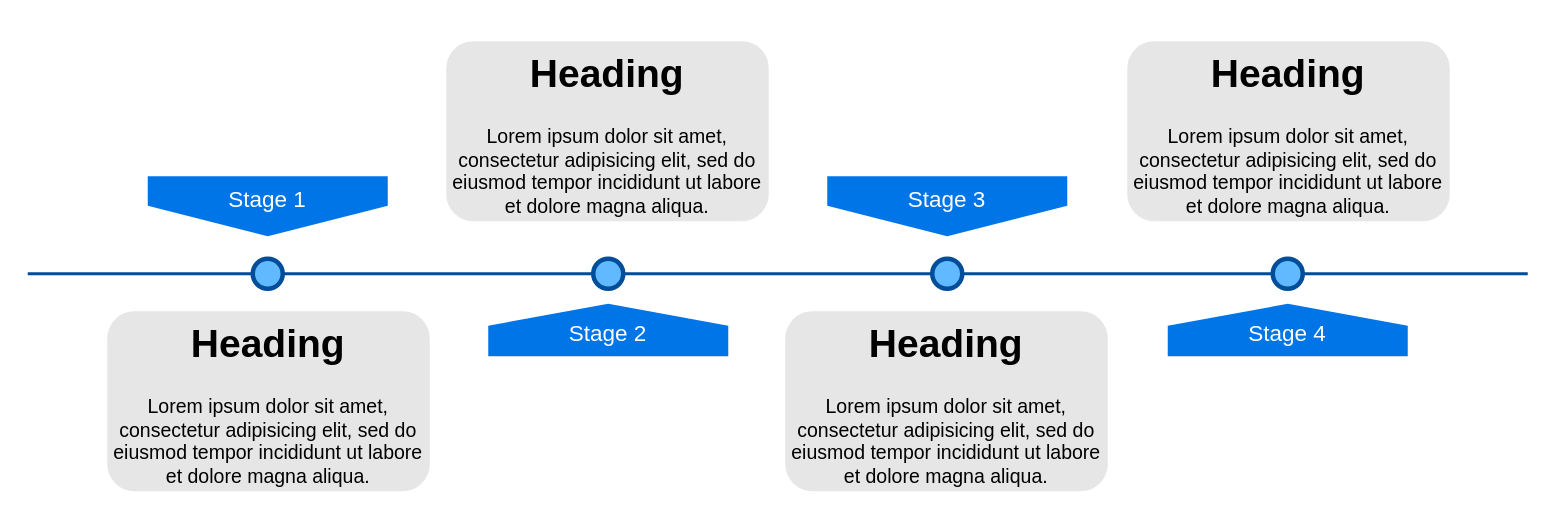
The draw.io diagram 未命名绘图.drawio in goodjun/drawio, before the edit. Source tidied: cells renumbered, new cells numbered last; positions are measured from the earlier drawing's top-left corner, leaving out a move shared by most shapes. Both pictures are drawn from the tidied source at 150%, with x=0, y=0 at pixel (27, 40).
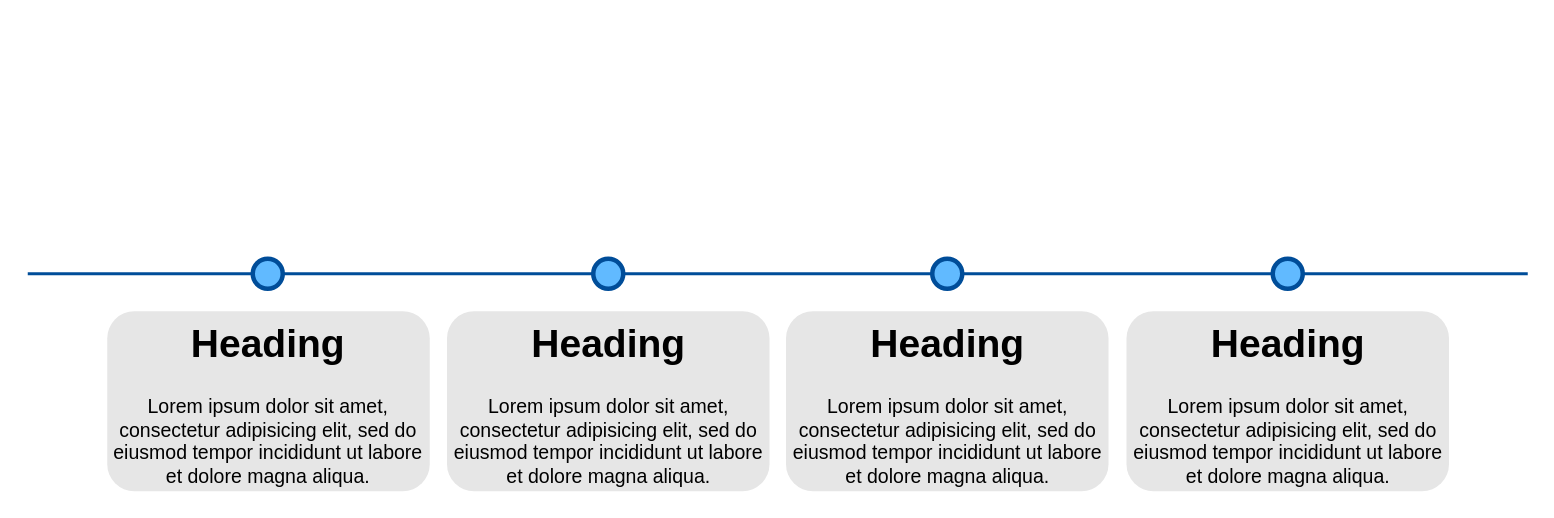
After the change.

Commit message:
更新未命名绘图.drawio

The edit, as a diff of the source:
```diff
@@
 <mxGraphModel>
   <root>
     <mxCell id="0" />
     <mxCell id="1" parent="0" />
     <mxCell id="2" style="line;strokeWidth=2;html=1;fillColor=none;fontSize=28;fontColor=#004D99;strokeColor=#004D99;" parent="1" vertex="1">
       <mxGeometry y="150" width="1000" height="10" as="geometry" />
     </mxCell>
-    <mxCell id="3" value="Stage 1" style="shape=offPageConnector;whiteSpace=wrap;html=1;fillColor=#0075E8;fontSize=15;fontColor=#FFFFFF;size=0.5093750000000015;verticalAlign=top;strokeColor=none;" parent="1" vertex="1">
-      <mxGeometry x="80" y="90" width="160" height="40" as="geometry" />
-    </mxCell>
-    <mxCell id="4" value="&lt;span&gt;Stage 3&lt;/span&gt;" style="shape=offPageConnector;whiteSpace=wrap;html=1;fillColor=#0075E8;fontSize=15;fontColor=#FFFFFF;size=0.5093750000000015;verticalAlign=top;strokeColor=none;" parent="1" vertex="1">
-      <mxGeometry x="533" y="90" width="160" height="40" as="geometry" />
-    </mxCell>
-    <mxCell id="5" value="&lt;span&gt;Stage 2&lt;/span&gt;" style="shape=offPageConnector;whiteSpace=wrap;html=1;fillColor=#0075E8;fontSize=15;fontColor=#FFFFFF;size=0.4178571428571445;flipV=1;verticalAlign=bottom;strokeColor=none;spacingBottom=4;" parent="1" vertex="1">
-      <mxGeometry x="307" y="175" width="160" height="35" as="geometry" />
-    </mxCell>
-    <mxCell id="6" value="&lt;span&gt;Stage 4&lt;/span&gt;" style="shape=offPageConnector;whiteSpace=wrap;html=1;fillColor=#0075E8;fontSize=15;fontColor=#FFFFFF;size=0.4178571428571445;flipV=1;verticalAlign=bottom;strokeColor=none;spacingBottom=4;" parent="1" vertex="1">
-      <mxGeometry x="760" y="175" width="160" height="35" as="geometry" />
-    </mxCell>
     <mxCell id="7" style="ellipse;whiteSpace=wrap;html=1;fillColor=#61BAFF;fontSize=28;fontColor=#004D99;strokeWidth=3;strokeColor=#004D99;" parent="1" vertex="1">
       <mxGeometry x="150" y="145" width="20" height="20" as="geometry" />
     </mxCell>
     <mxCell id="8" style="ellipse;whiteSpace=wrap;html=1;fillColor=#61BAFF;fontSize=28;fontColor=#004D99;strokeWidth=3;strokeColor=#004D99;" parent="1" vertex="1">
       <mxGeometry x="377" y="145" width="20" height="20" as="geometry" />
     </mxCell>
     <mxCell id="9" style="ellipse;whiteSpace=wrap;html=1;fillColor=#61BAFF;fontSize=28;fontColor=#004D99;strokeWidth=3;strokeColor=#004D99;" parent="1" vertex="1">
       <mxGeometry x="603" y="145" width="20" height="20" as="geometry" />
     </mxCell>
     <mxCell id="10" style="ellipse;whiteSpace=wrap;html=1;fillColor=#61BAFF;fontSize=28;fontColor=#004D99;strokeWidth=3;strokeColor=#004D99;" parent="1" vertex="1">
       <mxGeometry x="830" y="145" width="20" height="20" as="geometry" />
     </mxCell>
     <mxCell id="11" value="&lt;h1&gt;Heading&lt;/h1&gt;&lt;p&gt;Lorem ipsum dolor sit amet, consectetur adipisicing elit, sed do eiusmod tempor incididunt ut labore et dolore magna aliqua.&lt;/p&gt;" style="text;html=1;spacing=5;spacingTop=-20;whiteSpace=wrap;overflow=hidden;strokeColor=none;strokeWidth=3;fillColor=#E6E6E6;fontSize=13;fontColor=#000000;align=center;rounded=1;" parent="1" vertex="1">
       <mxGeometry x="53" y="180" width="215" height="120" as="geometry" />
     </mxCell>
     <mxCell id="12" value="&lt;h1&gt;Heading&lt;/h1&gt;&lt;p&gt;Lorem ipsum dolor sit amet, consectetur adipisicing elit, sed do eiusmod tempor incididunt ut labore et dolore magna aliqua.&lt;/p&gt;" style="text;html=1;spacing=5;spacingTop=-20;whiteSpace=wrap;overflow=hidden;strokeColor=none;strokeWidth=3;fillColor=#E6E6E6;fontSize=13;fontColor=#000000;align=center;rounded=1;" parent="1" vertex="1">
-      <mxGeometry x="279" width="215" height="120" as="geometry" />
+      <mxGeometry x="279.5" y="180" width="215" height="120" as="geometry" />
     </mxCell>
     <mxCell id="13" value="&lt;h1&gt;Heading&lt;/h1&gt;&lt;p&gt;Lorem ipsum dolor sit amet, consectetur adipisicing elit, sed do eiusmod tempor incididunt ut labore et dolore magna aliqua.&lt;/p&gt;" style="text;html=1;spacing=5;spacingTop=-20;whiteSpace=wrap;overflow=hidden;strokeColor=none;strokeWidth=3;fillColor=#E6E6E6;fontSize=13;fontColor=#000000;align=center;rounded=1;" parent="1" vertex="1">
-      <mxGeometry x="505" y="180" width="215" height="120" as="geometry" />
+      <mxGeometry x="505.5" y="180" width="215" height="120" as="geometry" />
     </mxCell>
     <mxCell id="14" value="&lt;h1&gt;Heading&lt;/h1&gt;&lt;p&gt;Lorem ipsum dolor sit amet, consectetur adipisicing elit, sed do eiusmod tempor incididunt ut labore et dolore magna aliqua.&lt;/p&gt;" style="text;html=1;spacing=5;spacingTop=-20;whiteSpace=wrap;overflow=hidden;strokeColor=none;strokeWidth=3;fillColor=#E6E6E6;fontSize=13;fontColor=#000000;align=center;rounded=1;" parent="1" vertex="1">
-      <mxGeometry x="733" width="215" height="120" as="geometry" />
+      <mxGeometry x="732.5" y="180" width="215" height="120" as="geometry" />
     </mxCell>
   </root>
 </mxGraphModel>
```
